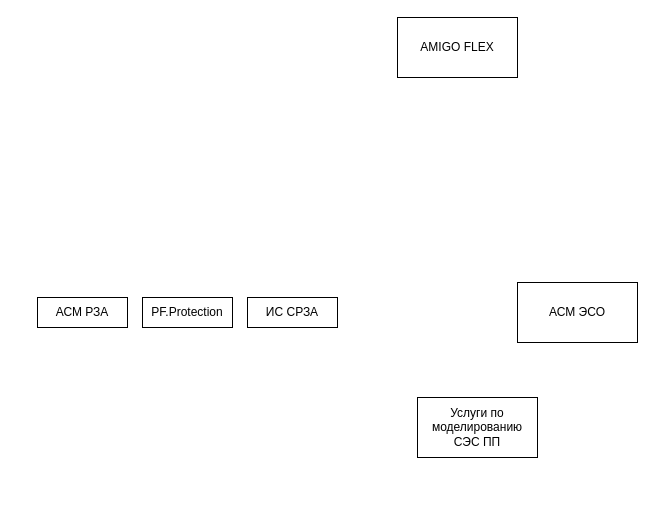
Before: PSS .drawio in Randyrofed/DrawIO, a draw.io diagram. Source tidied: cells renumbered, new cells numbered last; positions are measured from the earlier drawing's top-left corner, leaving out a move shared by most shapes. Both pictures are drawn from the tidied source at 100%, with x=0, y=0 at pixel (37, 17).
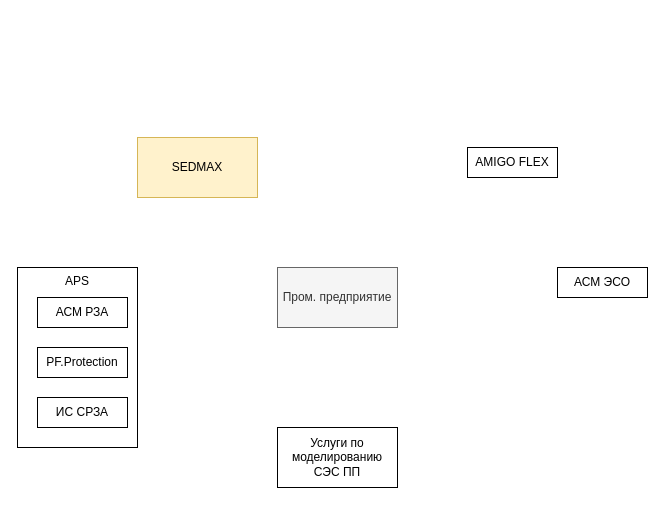
After the change.

Change to the diagram source:
```diff
@@
 <mxGraphModel>
   <root>
     <mxCell id="0" />
     <mxCell id="1" parent="0" />
-    <mxCell id="2" value="АСМ ЭСО" style="rounded=0;whiteSpace=wrap;html=1;" parent="1" vertex="1">
-      <mxGeometry x="480" y="265" width="120" height="60" as="geometry" />
-    </mxCell>
     <mxCell id="3" value="АСМ РЗА" style="rounded=0;whiteSpace=wrap;html=1;" parent="1" vertex="1">
       <mxGeometry y="280" width="90" height="30" as="geometry" />
     </mxCell>
-    <mxCell id="4" value="AMIGO FLEX" style="rounded=0;whiteSpace=wrap;html=1;" parent="1" vertex="1">
-      <mxGeometry x="360" width="120" height="60" as="geometry" />
-    </mxCell>
     <mxCell id="5" value="PF.Protection" style="rounded=0;whiteSpace=wrap;html=1;" parent="1" vertex="1">
-      <mxGeometry x="105" y="280" width="90" height="30" as="geometry" />
+      <mxGeometry y="330" width="90" height="30" as="geometry" />
     </mxCell>
+    <mxCell id="8" value="APS" style="rounded=0;whiteSpace=wrap;html=1;fillColor=none;verticalAlign=top;" parent="1" vertex="1">
+      <mxGeometry x="-20" y="250" width="120" height="180" as="geometry" />
+    </mxCell>
     <mxCell id="6" value="ИС СРЗА" style="rounded=0;whiteSpace=wrap;html=1;" parent="1" vertex="1">
-      <mxGeometry x="210" y="280" width="90" height="30" as="geometry" />
+      <mxGeometry y="380" width="90" height="30" as="geometry" />
     </mxCell>
     <mxCell id="7" value="Услуги по моделированию СЭС ПП" style="rounded=0;whiteSpace=wrap;html=1;" parent="1" vertex="1">
-      <mxGeometry x="380" y="380" width="120" height="60" as="geometry" />
+      <mxGeometry x="240" y="410" width="120" height="60" as="geometry" />
     </mxCell>
+    <mxCell id="9" value="Пром. предприятие" style="rounded=0;whiteSpace=wrap;html=1;fillColor=#f5f5f5;strokeColor=#666666;fontColor=#333333;" parent="1" vertex="1">
+      <mxGeometry x="240" y="250" width="120" height="60" as="geometry" />
+    </mxCell>
+    <mxCell id="10" value="SEDMAX" style="rounded=0;whiteSpace=wrap;html=1;fillColor=#fff2cc;strokeColor=#d6b656;" parent="1" vertex="1">
+      <mxGeometry x="100" y="120" width="120" height="60" as="geometry" />
+    </mxCell>
+    <mxCell id="4" value="AMIGO FLEX" style="rounded=0;whiteSpace=wrap;html=1;" parent="1" vertex="1">
+      <mxGeometry x="430" y="130" width="90" height="30" as="geometry" />
+    </mxCell>
+    <mxCell id="2" value="АСМ ЭСО" style="rounded=0;whiteSpace=wrap;html=1;" parent="1" vertex="1">
+      <mxGeometry x="520" y="250" width="90" height="30" as="geometry" />
+    </mxCell>
   </root>
 </mxGraphModel>
```
